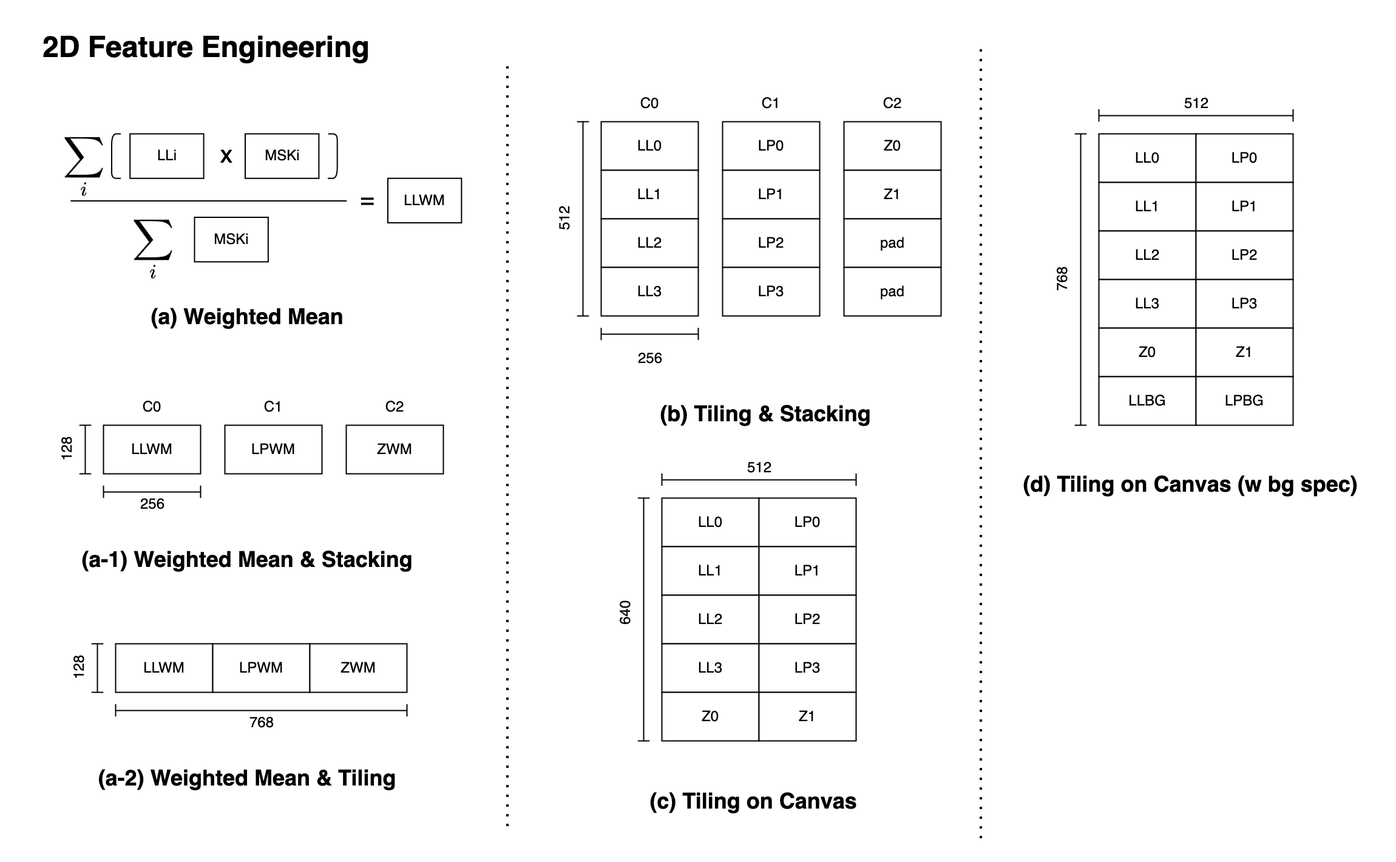
The draw.io diagram note/resource/feature_engineering.png in bilzard/kaggle-hms-public, before a commit. Source tidied: cells renumbered, new cells last; positions are measured from the earlier drawing's top-left corner, leaving out a move shared by most shapes.
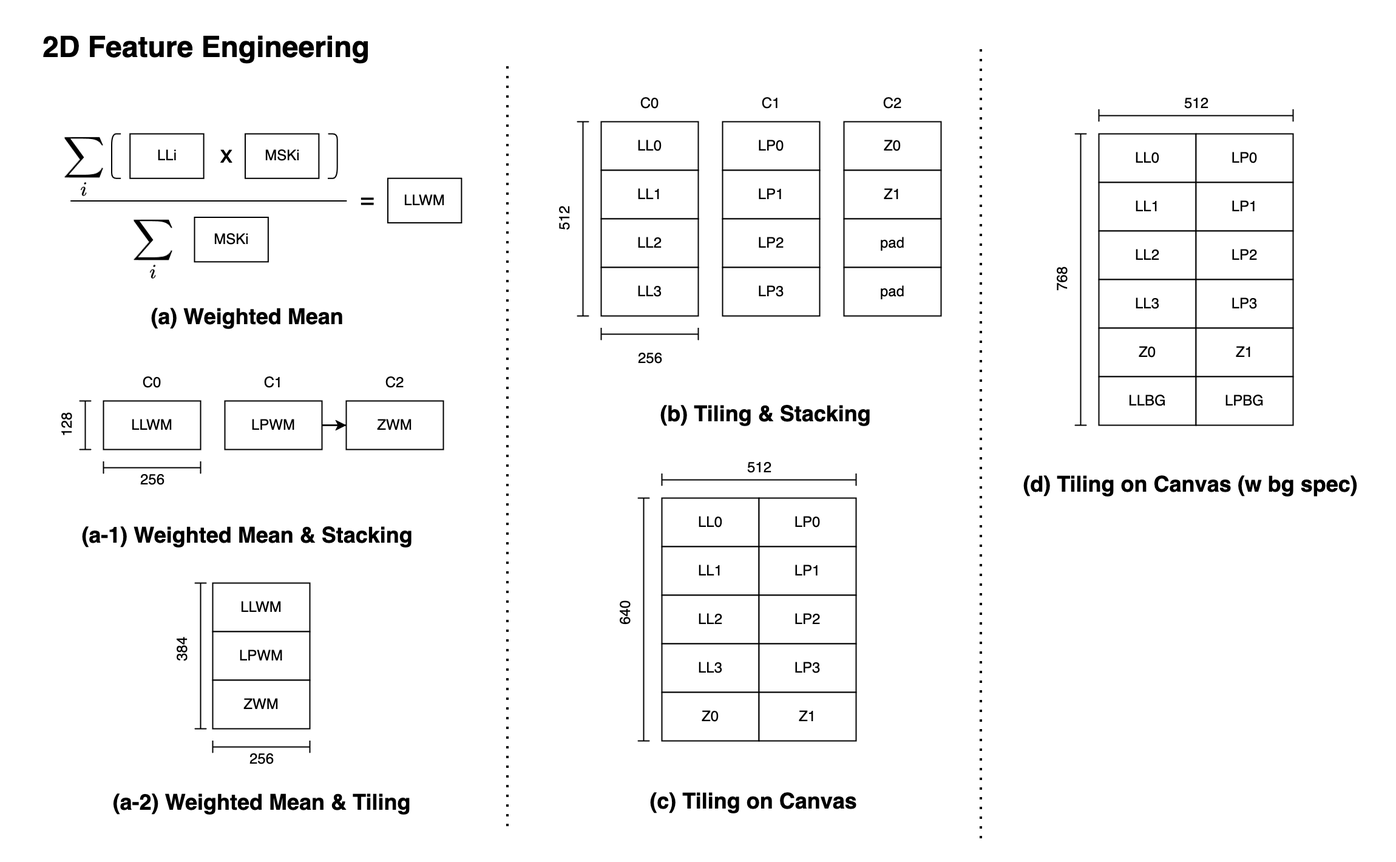
After the change.

Commit message:
図表の修正: weighted mean tilingは周波数方向にならべる

Diff of the diagram source:
```diff
@@ -18,13 +18,13 @@
       <mxGeometry x="520" y="320" width="220" height="40" as="geometry" />
     </mxCell>
     <mxCell id="7" value="&lt;div align=&quot;center&quot;&gt;&lt;font style=&quot;font-size: 18px;&quot;&gt;(a-1) Weighted Mean &amp;amp; Stacking&lt;/font&gt;&lt;/div&gt;" style="text;strokeColor=none;fillColor=none;html=1;fontSize=24;fontStyle=1;verticalAlign=middle;align=center;" parent="2" vertex="1">
-      <mxGeometry x="52.5" y="440" width="300" height="40" as="geometry" />
+      <mxGeometry x="52.5" y="420" width="300" height="40" as="geometry" />
     </mxCell>
     <mxCell id="8" value="&lt;div align=&quot;center&quot;&gt;&lt;font style=&quot;font-size: 18px;&quot;&gt;(a) Weighted Mean&lt;/font&gt;&lt;/div&gt;" style="text;strokeColor=none;fillColor=none;html=1;fontSize=24;fontStyle=1;verticalAlign=middle;align=center;" parent="2" vertex="1">
       <mxGeometry x="82.5" y="240" width="240" height="40" as="geometry" />
     </mxCell>
     <mxCell id="9" value="&lt;div align=&quot;center&quot;&gt;&lt;font style=&quot;font-size: 18px;&quot;&gt;(a-2) Weighted Mean &amp;amp; Tiling&lt;/font&gt;&lt;/div&gt;" style="text;strokeColor=none;fillColor=none;html=1;fontSize=24;fontStyle=1;verticalAlign=middle;align=center;" parent="2" vertex="1">
-      <mxGeometry x="70" y="620" width="265" height="40" as="geometry" />
+      <mxGeometry x="82.5" y="640" width="265" height="40" as="geometry" />
     </mxCell>
     <mxCell id="10" style="endArrow=none;dashed=1;html=1;dashPattern=1 3;strokeWidth=2;rounded=0;" parent="2" edge="1">
       <mxGeometry relative="1" as="geometry">
@@ -183,115 +183,115 @@
       <mxGeometry x="56.9" y="82.5" width="37.9" height="27.5" as="geometry" />
     </mxCell>
     <mxCell id="59" style="group;" parent="2" vertex="1">
-      <mxGeometry x="40" y="320" width="325" height="110" as="geometry" />
+      <mxGeometry x="40" y="300" width="325" height="110" as="geometry" />
     </mxCell>
     <mxCell id="60" value="LLWM" style="rounded=0;whiteSpace=wrap;html=1;" parent="59" vertex="1">
       <mxGeometry x="45" y="30" width="80" height="40" as="geometry" />
     </mxCell>
-    <mxCell id="61" value="LPWM" style="rounded=0;whiteSpace=wrap;html=1;" parent="59" vertex="1">
-      <mxGeometry x="145" y="30" width="80" height="40" as="geometry" />
+    <mxCell id="61" style="edgeStyle=orthogonalEdgeStyle;rounded=0;jettySize=auto;html=1;" parent="59" edge="1" source="62" target="66">
+      <mxGeometry relative="1" as="geometry" />
     </mxCell>
-    <mxCell id="62" value="C0" style="text;html=1;align=center;verticalAlign=middle;whiteSpace=wrap;rounded=0;" parent="59" vertex="1">
-      <mxGeometry x="55" width="60" height="30" as="geometry" />
+    <mxCell id="62" value="LPWM" style="rounded=0;whiteSpace=wrap;html=1;" parent="59" vertex="1">
+      <mxGeometry x="145" y="30" width="80" height="40" as="geometry" />
     </mxCell>
-    <mxCell id="63" value="C1" style="text;html=1;align=center;verticalAlign=middle;whiteSpace=wrap;rounded=0;" parent="59" vertex="1">
-      <mxGeometry x="155" width="60" height="30" as="geometry" />
+    <mxCell id="63" value="C0" style="text;html=1;align=center;verticalAlign=middle;whiteSpace=wrap;rounded=0;" parent="59" vertex="1">
+      <mxGeometry x="55" width="60" height="30" as="geometry" />
     </mxCell>
-    <mxCell id="64" value="C2" style="text;html=1;align=center;verticalAlign=middle;whiteSpace=wrap;rounded=0;" parent="59" vertex="1">
-      <mxGeometry x="255" width="60" height="30" as="geometry" />
+    <mxCell id="64" value="C1" style="text;html=1;align=center;verticalAlign=middle;whiteSpace=wrap;rounded=0;" parent="59" vertex="1">
+      <mxGeometry x="155" width="60" height="30" as="geometry" />
     </mxCell>
-    <mxCell id="65" value="ZWM" style="rounded=0;whiteSpace=wrap;html=1;" parent="59" vertex="1">
-      <mxGeometry x="245" y="30" width="80" height="40" as="geometry" />
+    <mxCell id="65" value="C2" style="text;html=1;align=center;verticalAlign=middle;whiteSpace=wrap;rounded=0;" parent="59" vertex="1">
+      <mxGeometry x="255" width="60" height="30" as="geometry" />
     </mxCell>
-    <mxCell id="66" style="shape=crossbar;whiteSpace=wrap;html=1;rounded=1;" parent="59" vertex="1">
-      <mxGeometry x="45" y="80" width="80" height="10" as="geometry" />
+    <mxCell id="66" value="ZWM" style="rounded=0;whiteSpace=wrap;html=1;" parent="59" vertex="1">
+      <mxGeometry x="245" y="30" width="80" height="40" as="geometry" />
     </mxCell>
-    <mxCell id="67" value="256" style="text;html=1;align=center;verticalAlign=middle;strokeColor=none;fillColor=none;" parent="59" vertex="1">
-      <mxGeometry x="65" y="80" width="40" height="30" as="geometry" />
+    <mxCell id="67" style="shape=crossbar;whiteSpace=wrap;html=1;rounded=1;" parent="59" vertex="1">
+      <mxGeometry x="45" y="80" width="80" height="10" as="geometry" />
     </mxCell>
-    <mxCell id="68" style="shape=crossbar;whiteSpace=wrap;html=1;rounded=1;direction=south;" parent="59" vertex="1">
-      <mxGeometry x="25" y="30" width="10" height="40" as="geometry" />
+    <mxCell id="68" value="256" style="text;html=1;align=center;verticalAlign=middle;strokeColor=none;fillColor=none;" parent="59" vertex="1">
+      <mxGeometry x="65" y="80" width="40" height="30" as="geometry" />
     </mxCell>
-    <mxCell id="69" value="128" style="text;html=1;align=center;verticalAlign=middle;strokeColor=none;fillColor=none;rotation=270;" parent="59" vertex="1">
-      <mxGeometry x="-5" y="35" width="40" height="30" as="geometry" />
+    <mxCell id="69" style="shape=crossbar;whiteSpace=wrap;html=1;rounded=1;direction=south;" parent="59" vertex="1">
+      <mxGeometry x="25" y="30" width="10" height="40" as="geometry" />
     </mxCell>
-    <mxCell id="70" style="group;" parent="2" vertex="1">
-      <mxGeometry x="50" y="530" width="285" height="80" as="geometry" />
+    <mxCell id="70" value="128" style="text;html=1;align=center;verticalAlign=middle;strokeColor=none;fillColor=none;rotation=270;" parent="59" vertex="1">
+      <mxGeometry x="-5" y="35" width="40" height="30" as="geometry" />
     </mxCell>
-    <mxCell id="71" value="LLWM" style="rounded=0;whiteSpace=wrap;html=1;" parent="70" vertex="1">
-      <mxGeometry x="45" width="80" height="40" as="geometry" />
+    <mxCell id="71" style="group;" parent="2" vertex="1">
+      <mxGeometry x="860" y="70" width="205" height="280" as="geometry" />
     </mxCell>
-    <mxCell id="72" value="LPWM" style="rounded=0;whiteSpace=wrap;html=1;" parent="70" vertex="1">
-      <mxGeometry x="125" width="80" height="40" as="geometry" />
+    <mxCell id="72" value="LL0" style="rounded=0;whiteSpace=wrap;html=1;" parent="71" vertex="1">
+      <mxGeometry x="45" y="40" width="80" height="40" as="geometry" />
     </mxCell>
-    <mxCell id="73" value="ZWM" style="rounded=0;whiteSpace=wrap;html=1;" parent="70" vertex="1">
-      <mxGeometry x="205" width="80" height="40" as="geometry" />
+    <mxCell id="73" value="LL1" style="rounded=0;whiteSpace=wrap;html=1;" parent="71" vertex="1">
+      <mxGeometry x="45" y="80" width="80" height="40" as="geometry" />
     </mxCell>
-    <mxCell id="74" style="shape=crossbar;whiteSpace=wrap;html=1;rounded=1;" parent="70" vertex="1">
-      <mxGeometry x="45" y="50" width="240" height="10" as="geometry" />
+    <mxCell id="74" value="LL2" style="rounded=0;whiteSpace=wrap;html=1;" parent="71" vertex="1">
+      <mxGeometry x="45" y="120" width="80" height="40" as="geometry" />
     </mxCell>
-    <mxCell id="75" value="768" style="text;html=1;align=center;verticalAlign=middle;strokeColor=none;fillColor=none;" parent="70" vertex="1">
-      <mxGeometry x="145" y="50" width="40" height="30" as="geometry" />
+    <mxCell id="75" value="LL3" style="rounded=0;whiteSpace=wrap;html=1;" parent="71" vertex="1">
+      <mxGeometry x="45" y="160" width="80" height="40" as="geometry" />
     </mxCell>
-    <mxCell id="76" style="shape=crossbar;whiteSpace=wrap;html=1;rounded=1;direction=south;" parent="70" vertex="1">
-      <mxGeometry x="25" width="10" height="40" as="geometry" />
+    <mxCell id="76" value="LP0" style="rounded=0;whiteSpace=wrap;html=1;" parent="71" vertex="1">
+      <mxGeometry x="125" y="40" width="80" height="40" as="geometry" />
     </mxCell>
-    <mxCell id="77" value="128" style="text;html=1;align=center;verticalAlign=middle;strokeColor=none;fillColor=none;rotation=270;" parent="70" vertex="1">
-      <mxGeometry x="-5" y="5" width="40" height="30" as="geometry" />
+    <mxCell id="77" value="LP1" style="rounded=0;whiteSpace=wrap;html=1;" parent="71" vertex="1">
+      <mxGeometry x="125" y="80" width="80" height="40" as="geometry" />
     </mxCell>
-    <mxCell id="78" style="group;" parent="2" vertex="1">
-      <mxGeometry x="860" y="70" width="205" height="280" as="geometry" />
+    <mxCell id="78" value="LP2" style="rounded=0;whiteSpace=wrap;html=1;" parent="71" vertex="1">
+      <mxGeometry x="125" y="120" width="80" height="40" as="geometry" />
     </mxCell>
-    <mxCell id="79" value="LL0" style="rounded=0;whiteSpace=wrap;html=1;" parent="78" vertex="1">
-      <mxGeometry x="45" y="40" width="80" height="40" as="geometry" />
+    <mxCell id="79" value="LP3" style="rounded=0;whiteSpace=wrap;html=1;" parent="71" vertex="1">
+      <mxGeometry x="125" y="160" width="80" height="40" as="geometry" />
     </mxCell>
-    <mxCell id="80" value="LL1" style="rounded=0;whiteSpace=wrap;html=1;" parent="78" vertex="1">
-      <mxGeometry x="45" y="80" width="80" height="40" as="geometry" />
+    <mxCell id="80" value="Z0" style="rounded=0;whiteSpace=wrap;html=1;" parent="71" vertex="1">
+      <mxGeometry x="45" y="200" width="80" height="40" as="geometry" />
     </mxCell>
-    <mxCell id="81" value="LL2" style="rounded=0;whiteSpace=wrap;html=1;" parent="78" vertex="1">
-      <mxGeometry x="45" y="120" width="80" height="40" as="geometry" />
+    <mxCell id="81" value="Z1" style="rounded=0;whiteSpace=wrap;html=1;" parent="71" vertex="1">
+      <mxGeometry x="125" y="200" width="80" height="40" as="geometry" />
     </mxCell>
-    <mxCell id="82" value="LL3" style="rounded=0;whiteSpace=wrap;html=1;" parent="78" vertex="1">
-      <mxGeometry x="45" y="160" width="80" height="40" as="geometry" />
+    <mxCell id="82" value="LLBG" style="rounded=0;whiteSpace=wrap;html=1;" parent="71" vertex="1">
+      <mxGeometry x="45" y="240" width="80" height="40" as="geometry" />
     </mxCell>
-    <mxCell id="83" value="LP0" style="rounded=0;whiteSpace=wrap;html=1;" parent="78" vertex="1">
-      <mxGeometry x="125" y="40" width="80" height="40" as="geometry" />
+    <mxCell id="83" value="LPBG" style="rounded=0;whiteSpace=wrap;html=1;" parent="71" vertex="1">
+      <mxGeometry x="125" y="240" width="80" height="40" as="geometry" />
     </mxCell>
-    <mxCell id="84" value="LP1" style="rounded=0;whiteSpace=wrap;html=1;" parent="78" vertex="1">
-      <mxGeometry x="125" y="80" width="80" height="40" as="geometry" />
+    <mxCell id="84" style="shape=crossbar;whiteSpace=wrap;html=1;rounded=1;" parent="71" vertex="1">
+      <mxGeometry x="45" y="20" width="160" height="10" as="geometry" />
     </mxCell>
-    <mxCell id="85" value="LP2" style="rounded=0;whiteSpace=wrap;html=1;" parent="78" vertex="1">
-      <mxGeometry x="125" y="120" width="80" height="40" as="geometry" />
+    <mxCell id="85" value="512" style="text;html=1;align=center;verticalAlign=middle;strokeColor=none;fillColor=none;" parent="71" vertex="1">
+      <mxGeometry x="105" width="40" height="30" as="geometry" />
     </mxCell>
-    <mxCell id="86" value="LP3" style="rounded=0;whiteSpace=wrap;html=1;" parent="78" vertex="1">
-      <mxGeometry x="125" y="160" width="80" height="40" as="geometry" />
+    <mxCell id="86" style="shape=crossbar;whiteSpace=wrap;html=1;rounded=1;direction=south;" parent="71" vertex="1">
+      <mxGeometry x="25" y="40" width="10" height="240" as="geometry" />
     </mxCell>
-    <mxCell id="87" value="Z0" style="rounded=0;whiteSpace=wrap;html=1;" parent="78" vertex="1">
-      <mxGeometry x="45" y="200" width="80" height="40" as="geometry" />
+    <mxCell id="87" value="768" style="text;html=1;align=center;verticalAlign=middle;strokeColor=none;fillColor=none;rotation=270;" parent="71" vertex="1">
+      <mxGeometry x="-5" y="145" width="40" height="30" as="geometry" />
     </mxCell>
-    <mxCell id="88" value="Z1" style="rounded=0;whiteSpace=wrap;html=1;" parent="78" vertex="1">
-      <mxGeometry x="125" y="200" width="80" height="40" as="geometry" />
+    <mxCell id="88" value="2D Feature Engineering" style="text;strokeColor=none;fillColor=none;html=1;fontSize=24;fontStyle=1;verticalAlign=middle;align=left;" parent="2" vertex="1">
+      <mxGeometry x="32.5" y="20" width="340" height="40" as="geometry" />
     </mxCell>
-    <mxCell id="89" value="LLBG" style="rounded=0;whiteSpace=wrap;html=1;" parent="78" vertex="1">
-      <mxGeometry x="45" y="240" width="80" height="40" as="geometry" />
+    <mxCell id="89" value="LLWM" style="rounded=0;whiteSpace=wrap;html=1;" parent="2" vertex="1">
+      <mxGeometry x="175" y="480" width="80" height="40" as="geometry" />
     </mxCell>
-    <mxCell id="90" value="LPBG" style="rounded=0;whiteSpace=wrap;html=1;" parent="78" vertex="1">
-      <mxGeometry x="125" y="240" width="80" height="40" as="geometry" />
+    <mxCell id="90" value="LPWM" style="rounded=0;whiteSpace=wrap;html=1;" parent="2" vertex="1">
+      <mxGeometry x="175" y="520" width="80" height="40" as="geometry" />
     </mxCell>
-    <mxCell id="91" style="shape=crossbar;whiteSpace=wrap;html=1;rounded=1;" parent="78" vertex="1">
-      <mxGeometry x="45" y="20" width="160" height="10" as="geometry" />
+    <mxCell id="91" value="ZWM" style="rounded=0;whiteSpace=wrap;html=1;" parent="2" vertex="1">
+      <mxGeometry x="175" y="560" width="80" height="40" as="geometry" />
     </mxCell>
-    <mxCell id="92" value="512" style="text;html=1;align=center;verticalAlign=middle;strokeColor=none;fillColor=none;" parent="78" vertex="1">
-      <mxGeometry x="105" width="40" height="30" as="geometry" />
+    <mxCell id="92" value="256" style="text;html=1;align=center;verticalAlign=middle;strokeColor=none;fillColor=none;" parent="2" vertex="1">
+      <mxGeometry x="195" y="610" width="40" height="30" as="geometry" />
     </mxCell>
-    <mxCell id="93" style="shape=crossbar;whiteSpace=wrap;html=1;rounded=1;direction=south;" parent="78" vertex="1">
-      <mxGeometry x="25" y="40" width="10" height="240" as="geometry" />
+    <mxCell id="93" style="shape=crossbar;whiteSpace=wrap;html=1;rounded=1;direction=south;" parent="2" vertex="1">
+      <mxGeometry x="160" y="480" width="10" height="120" as="geometry" />
     </mxCell>
-    <mxCell id="94" value="768" style="text;html=1;align=center;verticalAlign=middle;strokeColor=none;fillColor=none;rotation=270;" parent="78" vertex="1">
-      <mxGeometry x="-5" y="145" width="40" height="30" as="geometry" />
+    <mxCell id="94" value="384" style="text;html=1;align=center;verticalAlign=middle;strokeColor=none;fillColor=none;rotation=270;" parent="2" vertex="1">
+      <mxGeometry x="130" y="520" width="40" height="30" as="geometry" />
     </mxCell>
-    <mxCell id="95" value="2D Feature Engineering" style="text;strokeColor=none;fillColor=none;html=1;fontSize=24;fontStyle=1;verticalAlign=middle;align=left;" parent="2" vertex="1">
-      <mxGeometry x="32.5" y="20" width="340" height="40" as="geometry" />
+    <mxCell id="95" style="shape=crossbar;whiteSpace=wrap;html=1;rounded=1;" parent="2" vertex="1">
+      <mxGeometry x="175" y="610" width="80" height="10" as="geometry" />
     </mxCell>
   </root>
 </mxGraphModel>
```
